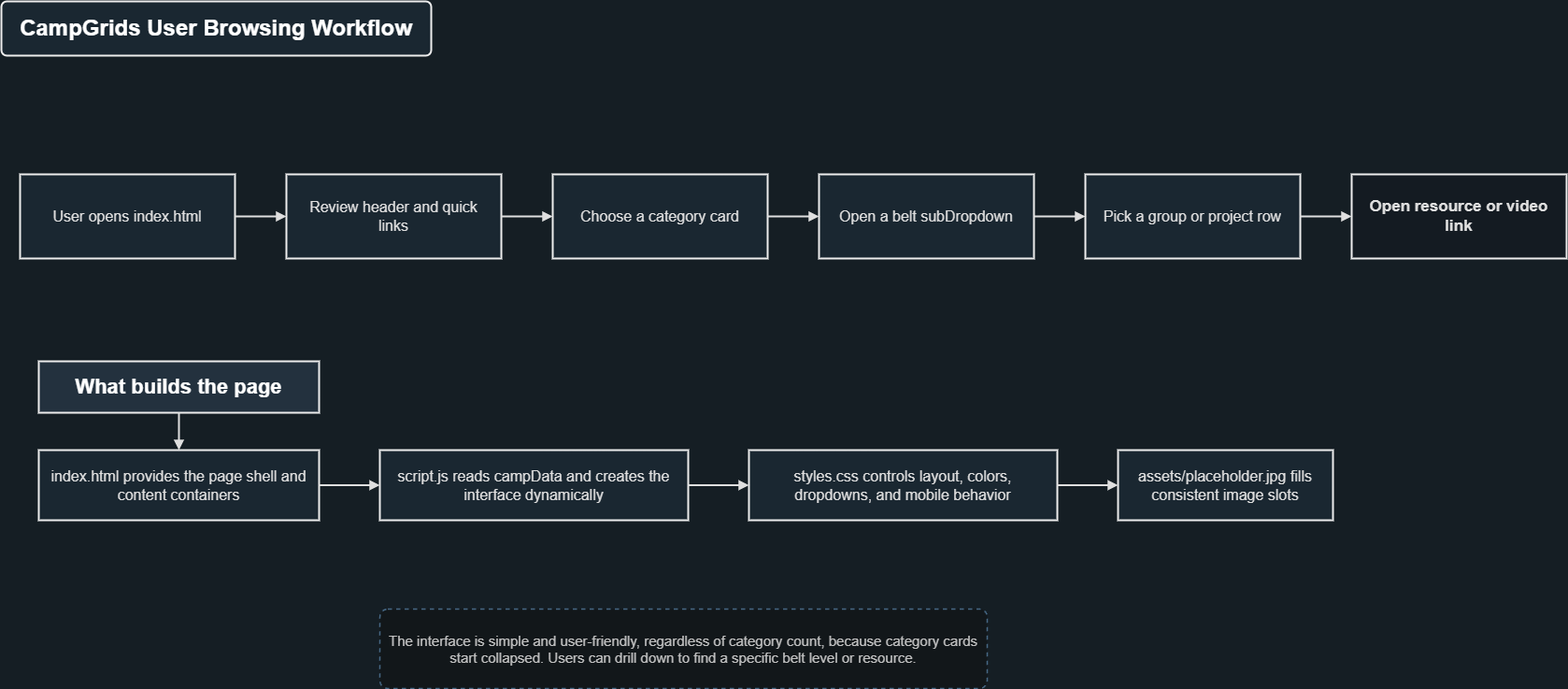
Earlier version of the draw.io export diagrams/CampGrids_User_Browsing_Workflow.png (DanishNadar/CampGrids). Source tidied: cells renumbered, new cells last; positions are measured from the earlier drawing's top-left corner, leaving out a move shared by most shapes. Source of this version:
```xml
<mxGraphModel background="#eaf4fb">
  <root>
    <mxCell id="0" />
    <mxCell id="1" parent="0" />
    <mxCell id="2" value="CampGrids User Browsing Workflow" style="rounded=1;whiteSpace=wrap;html=1;fillColor=#dcebf7;strokeColor=#000000;strokeWidth=2;fontSize=24;fontStyle=1;arcSize=10;spacing=10;" parent="1" vertex="1">
      <mxGeometry width="460" height="58" as="geometry" />
    </mxCell>
    <mxCell id="3" value="User opens index.html" style="rounded=0;whiteSpace=wrap;html=1;fillColor=#dcebf7;strokeColor=#000000;strokeWidth=2;fontSize=16;fontColor=#111111;spacing=8;" parent="1" vertex="1">
      <mxGeometry x="20" y="185" width="230" height="90" as="geometry" />
    </mxCell>
    <mxCell id="4" value="Review header and quick links" style="rounded=0;whiteSpace=wrap;html=1;fillColor=#dcebf7;strokeColor=#000000;strokeWidth=2;fontSize=16;fontColor=#111111;spacing=8;" parent="1" vertex="1">
      <mxGeometry x="305" y="185" width="230" height="90" as="geometry" />
    </mxCell>
    <mxCell id="5" style="endArrow=block;html=1;rounded=0;strokeWidth=2;strokeColor=#111111;endFill=1;" parent="1" edge="1" source="3" target="4">
      <mxGeometry relative="1" as="geometry" />
    </mxCell>
    <mxCell id="6" value="Choose a category card" style="rounded=0;whiteSpace=wrap;html=1;fillColor=#dcebf7;strokeColor=#000000;strokeWidth=2;fontSize=16;fontColor=#111111;spacing=8;" parent="1" vertex="1">
      <mxGeometry x="590" y="185" width="230" height="90" as="geometry" />
    </mxCell>
    <mxCell id="7" style="endArrow=block;html=1;rounded=0;strokeWidth=2;strokeColor=#111111;endFill=1;" parent="1" edge="1" source="4" target="6">
      <mxGeometry relative="1" as="geometry" />
    </mxCell>
    <mxCell id="8" value="Open a belt subDropdown" style="rounded=0;whiteSpace=wrap;html=1;fillColor=#dcebf7;strokeColor=#000000;strokeWidth=2;fontSize=16;fontColor=#111111;spacing=8;" parent="1" vertex="1">
      <mxGeometry x="875" y="185" width="230" height="90" as="geometry" />
    </mxCell>
    <mxCell id="9" style="endArrow=block;html=1;rounded=0;strokeWidth=2;strokeColor=#111111;endFill=1;" parent="1" edge="1" source="6" target="8">
      <mxGeometry relative="1" as="geometry" />
    </mxCell>
    <mxCell id="10" value="Pick a group or project row" style="rounded=0;whiteSpace=wrap;html=1;fillColor=#dcebf7;strokeColor=#000000;strokeWidth=2;fontSize=16;fontColor=#111111;spacing=8;" parent="1" vertex="1">
      <mxGeometry x="1160" y="185" width="230" height="90" as="geometry" />
    </mxCell>
    <mxCell id="11" style="endArrow=block;html=1;rounded=0;strokeWidth=2;strokeColor=#111111;endFill=1;" parent="1" edge="1" source="8" target="10">
      <mxGeometry relative="1" as="geometry" />
    </mxCell>
    <mxCell id="12" value="Open resource or video link" style="rounded=0;whiteSpace=wrap;html=1;fillColor=#eef7ff;strokeColor=#000000;strokeWidth=2;fontSize=17;fontStyle=1;fontColor=#111111;spacing=8;" parent="1" vertex="1">
      <mxGeometry x="1445" y="185" width="230" height="90" as="geometry" />
    </mxCell>
    <mxCell id="13" style="endArrow=block;html=1;rounded=0;strokeWidth=2;strokeColor=#111111;endFill=1;" parent="1" edge="1" source="10" target="12">
      <mxGeometry relative="1" as="geometry" />
    </mxCell>
    <mxCell id="14" value="What builds the page" style="rounded=0;whiteSpace=wrap;html=1;fillColor=#cfe0ee;strokeColor=#000000;strokeWidth=2;fontSize=22;fontStyle=1;spacing=8;" parent="1" vertex="1">
      <mxGeometry x="40" y="385" width="300" height="55" as="geometry" />
    </mxCell>
    <mxCell id="15" value="index.html provides the page shell and content containers" style="rounded=0;whiteSpace=wrap;html=1;fillColor=#dcebf7;strokeColor=#000000;strokeWidth=2;fontSize=16;fontColor=#111111;spacing=8;" parent="1" vertex="1">
      <mxGeometry x="40" y="480" width="300" height="75" as="geometry" />
    </mxCell>
    <mxCell id="16" value="script.js reads campData and creates the interface dynamically" style="rounded=0;whiteSpace=wrap;html=1;fillColor=#dcebf7;strokeColor=#000000;strokeWidth=2;fontSize=16;fontColor=#111111;spacing=8;" parent="1" vertex="1">
      <mxGeometry x="405" y="480" width="330" height="75" as="geometry" />
    </mxCell>
    <mxCell id="17" value="styles.css controls layout, colors, dropdowns, and mobile behavior" style="rounded=0;whiteSpace=wrap;html=1;fillColor=#dcebf7;strokeColor=#000000;strokeWidth=2;fontSize=16;fontColor=#111111;spacing=8;" parent="1" vertex="1">
      <mxGeometry x="800" y="480" width="330" height="75" as="geometry" />
    </mxCell>
    <mxCell id="18" value="assets/placeholder.jpg fills consistent image slots" style="rounded=0;whiteSpace=wrap;html=1;fillColor=#dcebf7;strokeColor=#000000;strokeWidth=2;fontSize=16;fontColor=#111111;spacing=8;" parent="1" vertex="1">
      <mxGeometry x="1195" y="480" width="230" height="75" as="geometry" />
    </mxCell>
    <mxCell id="19" style="endArrow=block;html=1;rounded=0;strokeWidth=2;strokeColor=#111111;endFill=1;" parent="1" edge="1" source="14" target="15">
      <mxGeometry relative="1" as="geometry" />
    </mxCell>
    <mxCell id="20" style="endArrow=block;html=1;rounded=0;strokeWidth=2;strokeColor=#111111;endFill=1;" parent="1" edge="1" source="15" target="16">
      <mxGeometry relative="1" as="geometry" />
    </mxCell>
    <mxCell id="21" style="endArrow=block;html=1;rounded=0;strokeWidth=2;strokeColor=#111111;endFill=1;" parent="1" edge="1" source="16" target="17">
      <mxGeometry relative="1" as="geometry" />
    </mxCell>
    <mxCell id="22" style="endArrow=block;html=1;rounded=0;strokeWidth=2;strokeColor=#111111;endFill=1;" parent="1" edge="1" source="17" target="18">
      <mxGeometry relative="1" as="geometry" />
    </mxCell>
    <mxCell id="23" value="The interface is simple and user-friendly, regardless of category count, because category cards start collapsed. Users can drill down to find a specific belt level or resource." style="rounded=1;whiteSpace=wrap;html=1;fillColor=#f6fbff;strokeColor=#7fa6c8;strokeWidth=1.5;dashed=1;fontSize=15;fontColor=#333333;arcSize=10;spacing=10;" parent="1" vertex="1">
      <mxGeometry x="405" y="650" width="650" height="85" as="geometry" />
    </mxCell>
  </root>
</mxGraphModel>
```
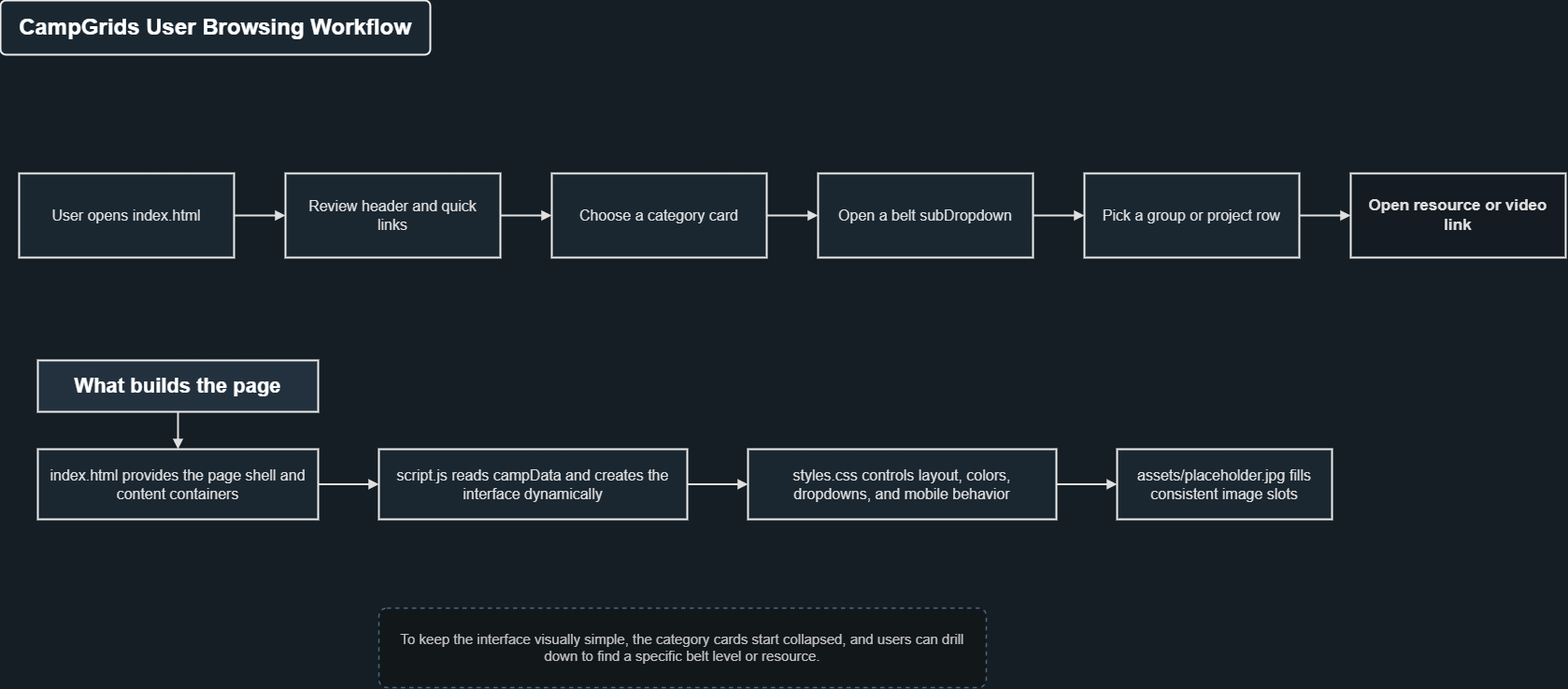
The same diagram one commit later.

Commit message:
updated user workflow diagram

The edit, as a diff of the source:
```diff
@@ -65,7 +65,7 @@
     <mxCell id="22" style="endArrow=block;html=1;rounded=0;strokeWidth=2;strokeColor=#111111;endFill=1;" parent="1" edge="1" source="17" target="18">
       <mxGeometry relative="1" as="geometry" />
     </mxCell>
-    <mxCell id="23" value="The interface is simple and user-friendly, regardless of category count, because category cards start collapsed. Users can drill down to find a specific belt level or resource." style="rounded=1;whiteSpace=wrap;html=1;fillColor=#f6fbff;strokeColor=#7fa6c8;strokeWidth=1.5;dashed=1;fontSize=15;fontColor=#333333;arcSize=10;spacing=10;" parent="1" vertex="1">
+    <mxCell id="23" value="To keep the interface visually simple, the category cards start collapsed, and users can drill down to find a specific belt level or resource." style="rounded=1;whiteSpace=wrap;html=1;fillColor=#f6fbff;strokeColor=#7fa6c8;strokeWidth=1.5;dashed=1;fontSize=15;fontColor=#333333;arcSize=10;spacing=10;" parent="1" vertex="1">
       <mxGeometry x="405" y="650" width="650" height="85" as="geometry" />
     </mxCell>
   </root>
```
